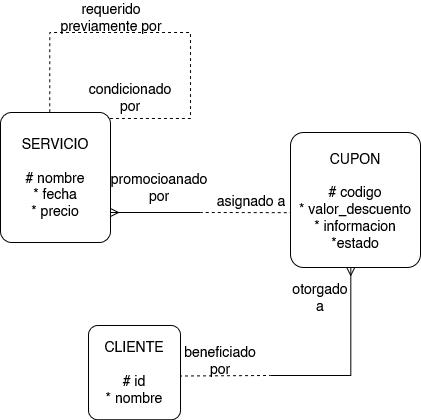
The draw.io diagram modeloFeline.png in Manusm2712/TrabajoFinalBD, before a commit. Source tidied: cells renumbered, new cells last; positions are measured from the earlier drawing's top-left corner, leaving out a move shared by most shapes.
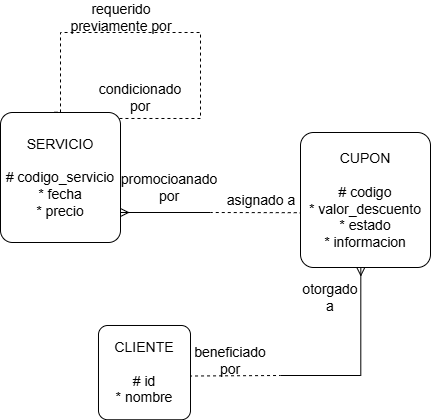
Later version of the same file.

Diff of the diagram source:
```diff
@@ -21,8 +21,8 @@
         </Array>
       </mxGeometry>
     </mxCell>
-    <mxCell id="4" value="&lt;div&gt;SERVICIO&lt;/div&gt;&lt;div&gt;&lt;br&gt;&lt;/div&gt;&lt;div&gt;# nombre&lt;/div&gt;&lt;div&gt;* fecha&lt;/div&gt;&lt;div&gt;* precio&lt;/div&gt;" style="rounded=1;arcSize=10;whiteSpace=wrap;html=1;align=center;fontSize=14;" parent="1" vertex="1">
-      <mxGeometry y="110" width="110" height="130" as="geometry" />
+    <mxCell id="4" value="&lt;div&gt;SERVICIO&lt;/div&gt;&lt;div&gt;&lt;br&gt;&lt;/div&gt;&lt;div&gt;# codigo_servicio&lt;/div&gt;&lt;div&gt;* fecha&lt;/div&gt;&lt;div&gt;* precio&lt;/div&gt;" style="rounded=1;arcSize=10;whiteSpace=wrap;html=1;align=center;fontSize=14;" parent="1" vertex="1">
+      <mxGeometry x="-10" y="110" width="120" height="130" as="geometry" />
     </mxCell>
     <mxCell id="5" value="condicionado por" style="text;html=1;align=center;verticalAlign=middle;whiteSpace=wrap;rounded=0;fontSize=14;" parent="1" vertex="1">
       <mxGeometry x="100" y="80" width="60" height="30" as="geometry" />
@@ -60,7 +60,7 @@
         </Array>
       </mxGeometry>
     </mxCell>
-    <mxCell id="13" value="CUPON&lt;div&gt;&lt;br&gt;&lt;/div&gt;&lt;div&gt;# codigo&lt;/div&gt;&lt;div&gt;* valor_descuento&lt;/div&gt;&lt;div&gt;* informacion&lt;/div&gt;&lt;div&gt;*estado&lt;/div&gt;" style="rounded=1;arcSize=10;whiteSpace=wrap;html=1;align=center;fontSize=14;" parent="1" vertex="1">
+    <mxCell id="13" value="CUPON&lt;div&gt;&lt;br&gt;&lt;/div&gt;&lt;div&gt;# codigo&lt;/div&gt;&lt;div&gt;* valor_descuento&lt;/div&gt;&lt;div&gt;* estado&lt;/div&gt;&lt;div&gt;* informacion&lt;/div&gt;" style="rounded=1;arcSize=10;whiteSpace=wrap;html=1;align=center;fontSize=14;" parent="1" vertex="1">
       <mxGeometry x="290" y="130" width="130" height="135" as="geometry" />
     </mxCell>
     <mxCell id="14" value="beneficiado por" style="text;html=1;align=center;verticalAlign=middle;whiteSpace=wrap;rounded=0;fontSize=14;" parent="1" vertex="1">
```
